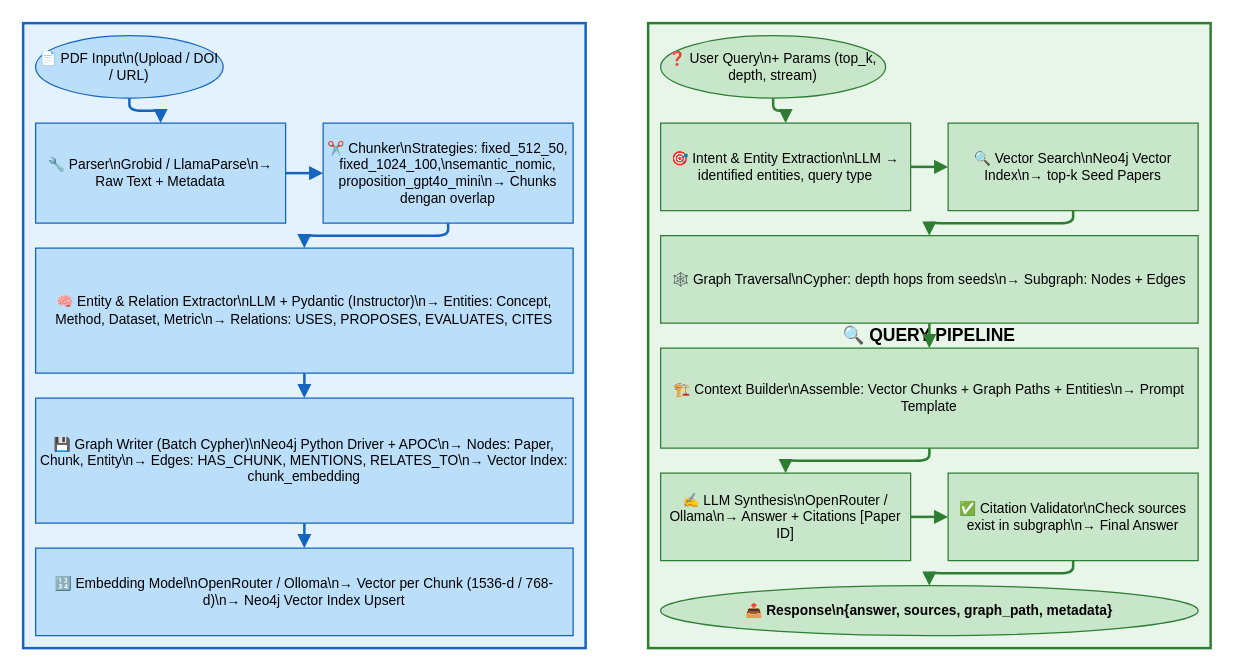
This is page "Component Diagram" (3 of 4) of Capstone-Drawings-Rapi.drawio from wagi1922/Academic-Research-Paper-GraphRAG, a draw.io file, before an edit. Source tidied: cells renumbered, new cells numbered last; positions are measured from the earlier drawing's top-left corner, leaving out a move shared by most shapes. Both pictures are drawn from the tidied source at 125%, with x=0, y=0 at pixel (22, 22).
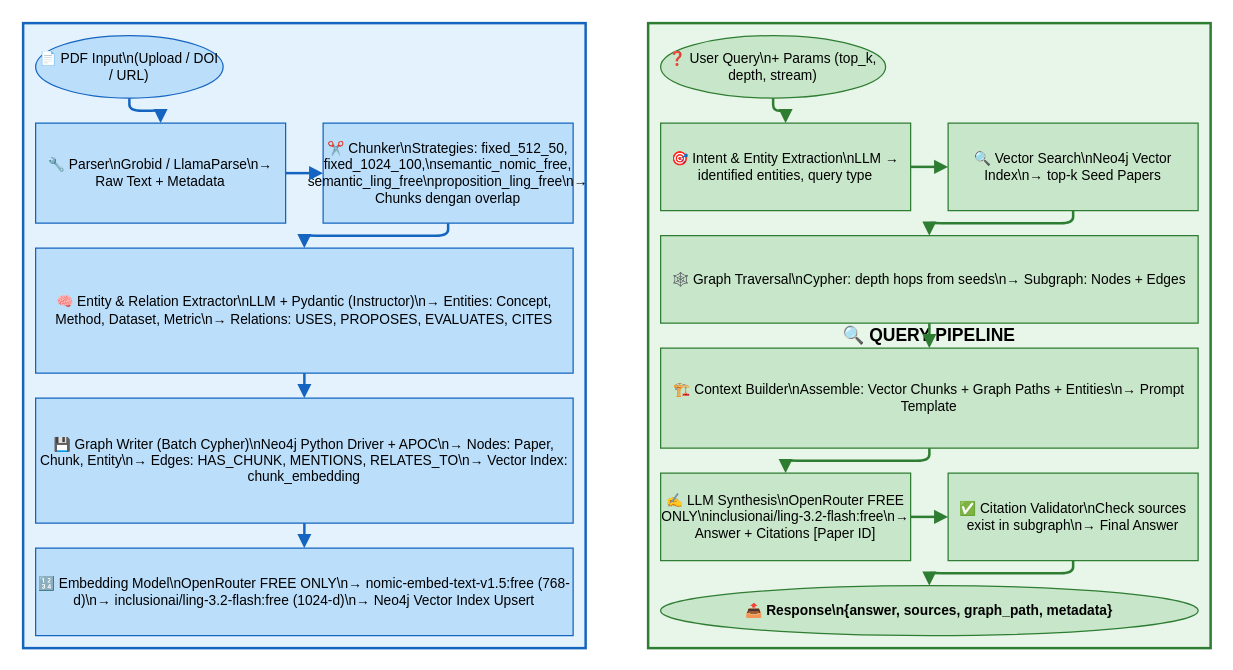
After the change.

Unchanged cells that the change refers to:
```xml
<mxCell id="2" value="📥 INGESTION PIPELINE" style="shape=rectangle;whiteSpace=wrap;html=1;fillColor=#E3F2FD;strokeColor=#1565C0;fontSize=14;fontStyle=1;strokeWidth=2;" parent="1" vertex="1">
  <mxGeometry width="450" height="500" as="geometry" />
</mxCell>
<mxCell id="9" value="🔍 QUERY PIPELINE" style="shape=rectangle;whiteSpace=wrap;html=1;fillColor=#E8F5E9;strokeColor=#2E7D32;fontSize=14;fontStyle=1;strokeWidth=2;" parent="1" vertex="1">
  <mxGeometry x="500" width="450" height="500" as="geometry" />
</mxCell>
```

What changed in the source:
```diff
@@
-    <mxCell id="5" value="✂️ Chunker\nStrategies: fixed_512_50, fixed_1024_100,\nsemantic_nomic, proposition_gpt4o_mini\n→ Chunks dengan overlap" style="shape=rectangle;whiteSpace=wrap;html=1;fillColor=#BBDEFB;strokeColor=#1565C0;fontSize=11;" parent="2" vertex="1">
+    <mxCell id="5" value="✂️ Chunker\nStrategies: fixed_512_50, fixed_1024_100,\nsemantic_nomic_free, semantic_ling_free\nproposition_ling_free\n→ Chunks dengan overlap" style="shape=rectangle;whiteSpace=wrap;html=1;fillColor=#BBDEFB;strokeColor=#1565C0;fontSize=11;" parent="2" vertex="1">
       <mxGeometry x="240" y="80" width="200" height="80" as="geometry" />
     </mxCell>
@@
-    <mxCell id="8" value="🔢 Embedding Model\nOpenRouter / Olloma\n→ Vector per Chunk (1536-d / 768-d)\n→ Neo4j Vector Index Upsert" style="shape=rectangle;whiteSpace=wrap;html=1;fillColor=#BBDEFB;strokeColor=#1565C0;fontSize=11;" parent="2" vertex="1">
+    <mxCell id="8" value="🔢 Embedding Model\nOpenRouter FREE ONLY\n→ nomic-embed-text-v1.5:free (768-d)\n→ inclusionai/ling-3.2-flash:free (1024-d)\n→ Neo4j Vector Index Upsert" style="shape=rectangle;whiteSpace=wrap;html=1;fillColor=#BBDEFB;strokeColor=#1565C0;fontSize=11;" parent="2" vertex="1">
       <mxGeometry x="10" y="420" width="430" height="70" as="geometry" />
     </mxCell>
@@
-    <mxCell id="15" value="✍️ LLM Synthesis\nOpenRouter / Ollama\n→ Answer + Citations [Paper ID]" style="shape=rectangle;whiteSpace=wrap;html=1;fillColor=#C8E6C9;strokeColor=#2E7D32;fontSize=11;" parent="9" vertex="1">
+    <mxCell id="15" value="✍️ LLM Synthesis\nOpenRouter FREE ONLY\ninclusionai/ling-3.2-flash:free\n→ Answer + Citations [Paper ID]" style="shape=rectangle;whiteSpace=wrap;html=1;fillColor=#C8E6C9;strokeColor=#2E7D32;fontSize=11;" parent="9" vertex="1">
       <mxGeometry x="10" y="360" width="200" height="70" as="geometry" />
     </mxCell>
```
